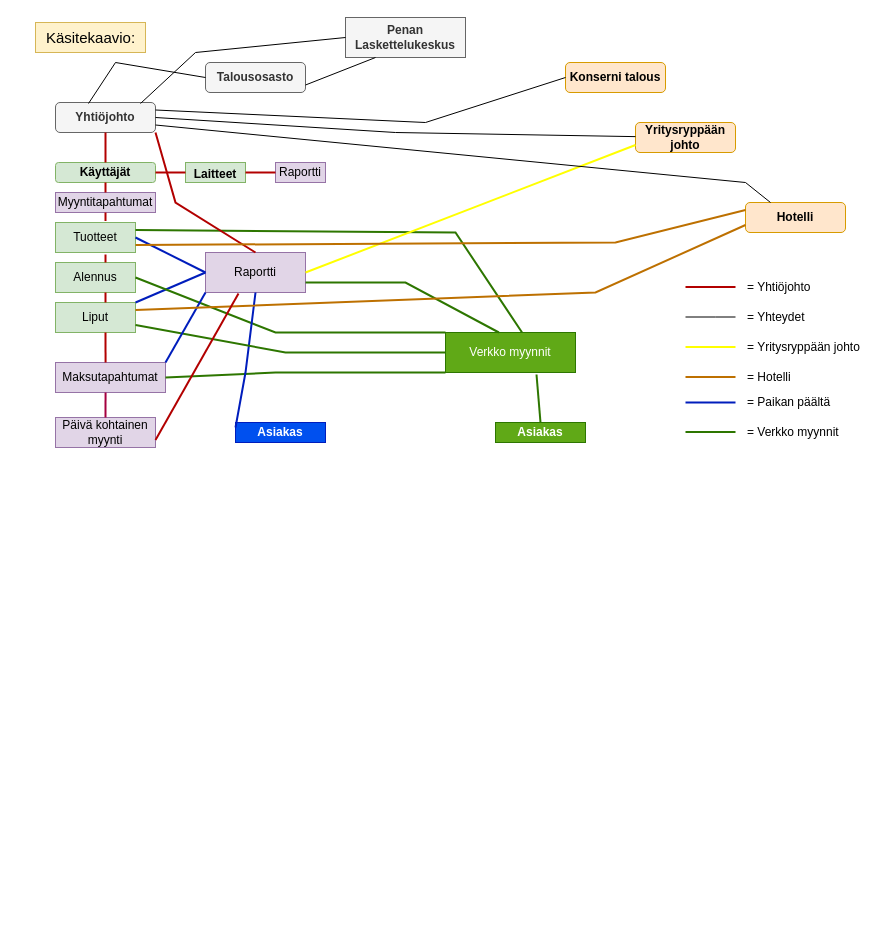
Above: Untitled Diagram.drawio in Nele83/Ohjelmointtikehittaja (draw.io), before the change. Source tidied: cells renumbered, new cells numbered last; positions are measured from the earlier drawing's top-left corner, leaving out a move shared by most shapes. Both pictures are drawn from the tidied source at 100%, with x=0, y=0 at pixel (35, 17).
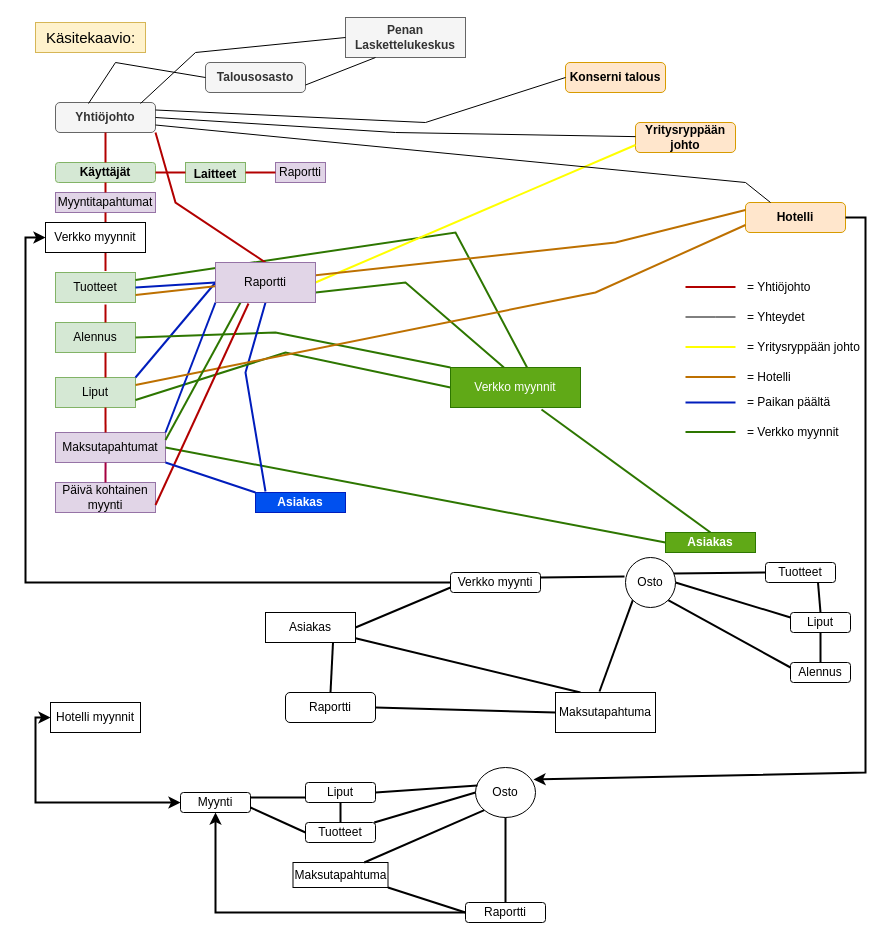
The same diagram, later.

Unchanged cells that the change refers to:
```xml
<mxCell id="9" value="&lt;b&gt;Hotelli&lt;/b&gt;" style="rounded=1;whiteSpace=wrap;html=1;fillColor=#ffe6cc;strokeColor=#d79b00;" parent="1" vertex="1">
  <mxGeometry x="710" y="185" width="100" height="30" as="geometry" />
</mxCell>
```

The edit, as a diff of the source:
```diff
@@
     <mxCell id="6" value="Liput" style="rounded=0;whiteSpace=wrap;html=1;fillColor=#d5e8d4;strokeColor=#82b366;" parent="1" vertex="1">
-      <mxGeometry x="20" y="285" width="80" height="30" as="geometry" />
+      <mxGeometry x="20" y="360" width="80" height="30" as="geometry" />
     </mxCell>
     <mxCell id="7" value="&lt;b&gt;Asiakas&lt;/b&gt;" style="rounded=0;whiteSpace=wrap;html=1;fillColor=#0050ef;strokeColor=#001DBC;fontColor=#ffffff;" parent="1" vertex="1">
-      <mxGeometry x="200" y="405" width="90" height="20" as="geometry" />
+      <mxGeometry x="220" y="475" width="90" height="20" as="geometry" />
     </mxCell>
@@
     <mxCell id="15" value="&lt;font color=&quot;#ffffff&quot;&gt;Verkko myynnit&lt;/font&gt;" style="rounded=0;whiteSpace=wrap;html=1;fontSize=12;fillColor=#60a917;fontColor=#ffffff;strokeColor=#2D7600;" parent="1" vertex="1">
-      <mxGeometry x="410" y="315" width="130" height="40" as="geometry" />
+      <mxGeometry x="415" y="350" width="130" height="40" as="geometry" />
     </mxCell>
     <mxCell id="16" value="Alennus" style="rounded=0;whiteSpace=wrap;html=1;fontSize=12;fillColor=#d5e8d4;strokeColor=#82b366;" parent="1" vertex="1">
-      <mxGeometry x="20" y="245" width="80" height="30" as="geometry" />
+      <mxGeometry x="20" y="305" width="80" height="30" as="geometry" />
     </mxCell>
     <mxCell id="17" value="Tuotteet" style="rounded=0;whiteSpace=wrap;html=1;fontSize=12;fillColor=#d5e8d4;strokeColor=#82b366;" parent="1" vertex="1">
-      <mxGeometry x="20" y="205" width="80" height="30" as="geometry" />
+      <mxGeometry x="20" y="255" width="80" height="30" as="geometry" />
     </mxCell>
@@
-    <mxCell id="19" value="Raportti" style="rounded=0;whiteSpace=wrap;html=1;fillColor=#e1d5e7;strokeColor=#9673a6;" parent="1" vertex="1">
-      <mxGeometry x="170" y="235" width="100" height="40" as="geometry" />
-    </mxCell>
     <mxCell id="20" value="Maksutapahtumat" style="rounded=0;whiteSpace=wrap;html=1;fillColor=#e1d5e7;strokeColor=#9673a6;" parent="1" vertex="1">
-      <mxGeometry x="20" y="345" width="110" height="30" as="geometry" />
+      <mxGeometry x="20" y="415" width="110" height="30" as="geometry" />
     </mxCell>
     <mxCell id="21" value="Päivä kohtainen myynti" style="rounded=0;whiteSpace=wrap;html=1;fillColor=#e1d5e7;strokeColor=#9673a6;" parent="1" vertex="1">
-      <mxGeometry x="20" y="400" width="100" height="30" as="geometry" />
+      <mxGeometry x="20" y="465" width="100" height="30" as="geometry" />
     </mxCell>
@@
-    <mxCell id="35" style="endArrow=none;html=1;rounded=0;exitX=1;exitY=0.5;exitDx=0;exitDy=0;entryX=0;entryY=1;entryDx=0;entryDy=0;fillColor=#60a917;strokeColor=#2D7600;strokeWidth=2;" parent="1" edge="1" source="20" target="15">
-      <mxGeometry relative="1" as="geometry">
-        <Array as="points">
-          <mxPoint x="240" y="355" />
-        </Array>
-      </mxGeometry>
+    <mxCell id="35" style="endArrow=none;html=1;rounded=0;exitX=1;exitY=0.5;exitDx=0;exitDy=0;entryX=0;entryY=0.5;entryDx=0;entryDy=0;fillColor=#60a917;strokeColor=#2D7600;strokeWidth=2;" parent="1" edge="1" source="20" target="44">
+      <mxGeometry relative="1" as="geometry" />
     </mxCell>
@@
-    <mxCell id="37" style="endArrow=none;html=1;rounded=0;entryX=0;entryY=0.25;entryDx=0;entryDy=0;exitX=0.5;exitY=1;exitDx=0;exitDy=0;fillColor=#0050ef;strokeColor=#001DBC;strokeWidth=2;" parent="1" edge="1" source="19" target="7">
+    <mxCell id="37" style="endArrow=none;html=1;rounded=0;entryX=0.111;entryY=-0.05;entryDx=0;entryDy=0;exitX=0.5;exitY=1;exitDx=0;exitDy=0;fillColor=#0050ef;strokeColor=#001DBC;strokeWidth=2;entryPerimeter=0;" parent="1" edge="1" source="19" target="7">
       <mxGeometry relative="1" as="geometry">
         <Array as="points">
           <mxPoint x="210" y="355" />
         </Array>
       </mxGeometry>
     </mxCell>
@@
-    <mxCell id="39" style="endArrow=none;html=1;rounded=0;exitX=1;exitY=0.25;exitDx=0;exitDy=0;entryX=0.589;entryY=0;entryDx=0;entryDy=0;entryPerimeter=0;fillColor=#60a917;strokeColor=#2D7600;strokeWidth=2;" parent="1" edge="1" source="17" target="15">
+    <mxCell id="39" style="endArrow=none;html=1;rounded=0;entryX=0.589;entryY=0;entryDx=0;entryDy=0;entryPerimeter=0;fillColor=#60a917;strokeColor=#2D7600;strokeWidth=2;startArrow=none;exitX=1;exitY=0.25;exitDx=0;exitDy=0;" parent="1" edge="1" source="17" target="15">
       <mxGeometry relative="1" as="geometry">
         <Array as="points">
           <mxPoint x="420" y="215" />
         </Array>
       </mxGeometry>
     </mxCell>
@@
     <mxCell id="44" value="&lt;b&gt;Asiakas&lt;/b&gt;" style="rounded=0;whiteSpace=wrap;html=1;fillColor=#60a917;fontColor=#ffffff;strokeColor=#2D7600;" parent="1" vertex="1">
-      <mxGeometry x="460" y="405" width="90" height="20" as="geometry" />
+      <mxGeometry x="630" y="515" width="90" height="20" as="geometry" />
     </mxCell>
@@
+    <mxCell id="65" style="endArrow=none;html=1;rounded=0;exitX=1;exitY=1;exitDx=0;exitDy=0;strokeWidth=2;fillColor=#0050ef;strokeColor=#001DBC;entryX=0;entryY=0;entryDx=0;entryDy=0;" parent="1" edge="1" source="20" target="7">
+      <mxGeometry relative="1" as="geometry" />
+    </mxCell>
+    <mxCell id="66" style="endArrow=none;html=1;rounded=0;strokeWidth=2;exitX=1;exitY=0.25;exitDx=0;exitDy=0;fillColor=#60a917;strokeColor=#2D7600;entryX=0.25;entryY=1;entryDx=0;entryDy=0;" parent="1" edge="1" source="20" target="19">
+      <mxGeometry relative="1" as="geometry" />
+    </mxCell>
+    <mxCell id="19" value="Raportti" style="rounded=0;whiteSpace=wrap;html=1;fillColor=#e1d5e7;strokeColor=#9673a6;" parent="1" vertex="1">
+      <mxGeometry x="180" y="245" width="100" height="40" as="geometry" />
+    </mxCell>
+    <mxCell id="67" value="Tuotteet" style="rounded=1;whiteSpace=wrap;html=1;" parent="1" vertex="1">
+      <mxGeometry x="730" y="545" width="70" height="20" as="geometry" />
+    </mxCell>
+    <mxCell id="68" value="Alennus" style="rounded=1;whiteSpace=wrap;html=1;" parent="1" vertex="1">
+      <mxGeometry x="755" y="645" width="60" height="20" as="geometry" />
+    </mxCell>
+    <mxCell id="69" value="Liput" style="rounded=1;whiteSpace=wrap;html=1;" parent="1" vertex="1">
+      <mxGeometry x="755" y="595" width="60" height="20" as="geometry" />
+    </mxCell>
+    <mxCell id="70" value="Raportti" style="rounded=1;whiteSpace=wrap;html=1;" parent="1" vertex="1">
+      <mxGeometry x="250" y="675" width="90" height="30" as="geometry" />
+    </mxCell>
+    <mxCell id="71" style="edgeStyle=orthogonalEdgeStyle;rounded=0;jettySize=auto;html=1;entryX=0;entryY=0.5;entryDx=0;entryDy=0;strokeWidth=2;" parent="1" edge="1" source="72" target="82">
+      <mxGeometry relative="1" as="geometry" />
+    </mxCell>
+    <mxCell id="72" value="Verkko myynti" style="rounded=1;whiteSpace=wrap;html=1;" parent="1" vertex="1">
+      <mxGeometry x="415" y="555" width="90" height="20" as="geometry" />
+    </mxCell>
+    <mxCell id="73" value="Asiakas" style="rounded=0;whiteSpace=wrap;html=1;" parent="1" vertex="1">
+      <mxGeometry x="230" y="595" width="90" height="30" as="geometry" />
+    </mxCell>
+    <mxCell id="74" style="endArrow=none;html=1;rounded=0;strokeWidth=2;entryX=0;entryY=0.75;entryDx=0;entryDy=0;exitX=1;exitY=0.5;exitDx=0;exitDy=0;" parent="1" edge="1" source="73" target="72">
+      <mxGeometry relative="1" as="geometry" />
+    </mxCell>
+    <mxCell id="75" style="endArrow=none;html=1;rounded=0;strokeWidth=2;entryX=0;entryY=0.5;entryDx=0;entryDy=0;exitX=0.96;exitY=0.32;exitDx=0;exitDy=0;exitPerimeter=0;" parent="1" edge="1" source="87" target="67">
+      <mxGeometry relative="1" as="geometry" />
+    </mxCell>
+    <mxCell id="76" style="endArrow=none;html=1;rounded=0;strokeWidth=2;entryX=0;entryY=1;entryDx=0;entryDy=0;exitX=0.44;exitY=-0.025;exitDx=0;exitDy=0;exitPerimeter=0;" parent="1" edge="1" source="84" target="87">
+      <mxGeometry relative="1" as="geometry" />
+    </mxCell>
+    <mxCell id="77" style="endArrow=none;html=1;rounded=0;strokeWidth=2;entryX=0;entryY=0.5;entryDx=0;entryDy=0;exitX=1;exitY=0.5;exitDx=0;exitDy=0;" parent="1" edge="1" source="70" target="84">
+      <mxGeometry relative="1" as="geometry" />
+    </mxCell>
+    <mxCell id="78" style="endArrow=none;html=1;rounded=0;strokeWidth=2;entryX=0.75;entryY=1;entryDx=0;entryDy=0;exitX=0.5;exitY=0;exitDx=0;exitDy=0;" parent="1" edge="1" source="70" target="73">
+      <mxGeometry relative="1" as="geometry" />
+    </mxCell>
+    <mxCell id="79" style="endArrow=none;html=1;rounded=0;strokeWidth=2;entryX=0;entryY=0.25;entryDx=0;entryDy=0;exitX=1;exitY=0.5;exitDx=0;exitDy=0;" parent="1" edge="1" source="87" target="69">
+      <mxGeometry relative="1" as="geometry" />
+    </mxCell>
+    <mxCell id="80" style="endArrow=none;html=1;rounded=0;strokeWidth=2;entryX=0;entryY=0.25;entryDx=0;entryDy=0;exitX=1;exitY=1;exitDx=0;exitDy=0;" parent="1" edge="1" source="87" target="68">
+      <mxGeometry relative="1" as="geometry" />
+    </mxCell>
+    <mxCell id="81" style="endArrow=none;html=1;rounded=0;strokeWidth=2;entryX=0.25;entryY=0;entryDx=0;entryDy=0;" parent="1" edge="1" source="73" target="84">
+      <mxGeometry relative="1" as="geometry" />
+    </mxCell>
+    <mxCell id="82" value="Verkko myynnit" style="rounded=0;whiteSpace=wrap;html=1;" parent="1" vertex="1">
+      <mxGeometry x="10" y="205" width="100" height="30" as="geometry" />
+    </mxCell>
+    <mxCell id="83" style="endArrow=none;html=1;rounded=0;strokeWidth=2;entryX=-0.02;entryY=0.38;entryDx=0;entryDy=0;exitX=1;exitY=0.25;exitDx=0;exitDy=0;entryPerimeter=0;" parent="1" edge="1" source="72" target="87">
+      <mxGeometry relative="1" as="geometry" />
+    </mxCell>
+    <mxCell id="84" value="Maksutapahtuma" style="rounded=0;whiteSpace=wrap;html=1;" parent="1" vertex="1">
+      <mxGeometry x="520" y="675" width="100" height="40" as="geometry" />
+    </mxCell>
+    <mxCell id="85" style="endArrow=none;html=1;rounded=0;strokeWidth=2;entryX=0.75;entryY=1;entryDx=0;entryDy=0;exitX=0.5;exitY=0;exitDx=0;exitDy=0;" parent="1" edge="1" source="69" target="67">
+      <mxGeometry relative="1" as="geometry" />
+    </mxCell>
+    <mxCell id="86" style="endArrow=none;html=1;rounded=0;strokeWidth=2;entryX=0.5;entryY=1;entryDx=0;entryDy=0;exitX=0.5;exitY=0;exitDx=0;exitDy=0;" parent="1" edge="1" source="68" target="69">
+      <mxGeometry relative="1" as="geometry" />
+    </mxCell>
+    <mxCell id="87" value="Osto" style="ellipse;whiteSpace=wrap;html=1;" parent="1" vertex="1">
+      <mxGeometry x="590" y="540" width="50" height="50" as="geometry" />
+    </mxCell>
+    <mxCell id="88" value="Hotelli myynnit" style="rounded=0;whiteSpace=wrap;html=1;" parent="1" vertex="1">
+      <mxGeometry x="15" y="685" width="90" height="30" as="geometry" />
+    </mxCell>
+    <mxCell id="89" value="Liput" style="rounded=1;whiteSpace=wrap;html=1;" parent="1" vertex="1">
+      <mxGeometry x="270" y="765" width="70" height="20" as="geometry" />
+    </mxCell>
+    <mxCell id="90" value="Tuotteet" style="rounded=1;whiteSpace=wrap;html=1;" parent="1" vertex="1">
+      <mxGeometry x="270" y="805" width="70" height="20" as="geometry" />
+    </mxCell>
+    <mxCell id="91" style="edgeStyle=none;rounded=0;jettySize=auto;html=1;strokeWidth=2;entryX=0.967;entryY=0.24;entryDx=0;entryDy=0;entryPerimeter=0;exitX=1;exitY=0.5;exitDx=0;exitDy=0;" parent="1" edge="1" source="9" target="92">
+      <mxGeometry relative="1" as="geometry">
+        <Array as="points">
+          <mxPoint x="830" y="200" />
+          <mxPoint x="830" y="755" />
+        </Array>
+      </mxGeometry>
+    </mxCell>
+    <mxCell id="92" value="Osto" style="ellipse;whiteSpace=wrap;html=1;" parent="1" vertex="1">
+      <mxGeometry x="440" y="750" width="60" height="50" as="geometry" />
+    </mxCell>
+    <mxCell id="93" value="Myynti" style="rounded=1;whiteSpace=wrap;html=1;" parent="1" vertex="1">
+      <mxGeometry x="145" y="775" width="70" height="20" as="geometry" />
+    </mxCell>
+    <mxCell id="94" style="endArrow=none;html=1;rounded=0;strokeWidth=2;entryX=0;entryY=0.75;entryDx=0;entryDy=0;exitX=1;exitY=0.25;exitDx=0;exitDy=0;" parent="1" edge="1" source="93" target="89">
+      <mxGeometry relative="1" as="geometry" />
+    </mxCell>
+    <mxCell id="95" style="endArrow=none;html=1;rounded=0;strokeWidth=2;entryX=0;entryY=0.5;entryDx=0;entryDy=0;exitX=1;exitY=0.75;exitDx=0;exitDy=0;" parent="1" edge="1" source="93" target="90">
+      <mxGeometry relative="1" as="geometry" />
+    </mxCell>
+    <mxCell id="96" style="endArrow=none;html=1;rounded=0;strokeWidth=2;entryX=0.033;entryY=0.36;entryDx=0;entryDy=0;entryPerimeter=0;exitX=1;exitY=0.5;exitDx=0;exitDy=0;" parent="1" edge="1" source="89" target="92">
+      <mxGeometry relative="1" as="geometry" />
+    </mxCell>
+    <mxCell id="97" style="endArrow=none;html=1;rounded=0;strokeWidth=2;entryX=0;entryY=0.5;entryDx=0;entryDy=0;" parent="1" edge="1" source="90" target="92">
+      <mxGeometry relative="1" as="geometry" />
+    </mxCell>
+    <mxCell id="98" value="Maksutapahtuma" style="rounded=0;whiteSpace=wrap;html=1;" parent="1" vertex="1">
+      <mxGeometry x="257.5" y="845" width="95" height="25" as="geometry" />
+    </mxCell>
+    <mxCell id="99" style="endArrow=none;html=1;rounded=0;strokeWidth=2;entryX=0;entryY=1;entryDx=0;entryDy=0;exitX=0.75;exitY=0;exitDx=0;exitDy=0;" parent="1" edge="1" source="98" target="92">
+      <mxGeometry relative="1" as="geometry" />
+    </mxCell>
+    <mxCell id="100" style="edgeStyle=none;rounded=0;jettySize=auto;html=1;entryX=0.5;entryY=1;entryDx=0;entryDy=0;strokeWidth=2;" parent="1" edge="1" source="101" target="93">
+      <mxGeometry relative="1" as="geometry">
+        <Array as="points">
+          <mxPoint x="180" y="895" />
+        </Array>
+      </mxGeometry>
+    </mxCell>
+    <mxCell id="101" value="Raportti" style="rounded=1;whiteSpace=wrap;html=1;" parent="1" vertex="1">
+      <mxGeometry x="430" y="885" width="80" height="20" as="geometry" />
+    </mxCell>
+    <mxCell id="102" style="endArrow=none;html=1;rounded=0;strokeWidth=2;entryX=1;entryY=1;entryDx=0;entryDy=0;exitX=0;exitY=0.5;exitDx=0;exitDy=0;" parent="1" edge="1" source="101" target="98">
+      <mxGeometry relative="1" as="geometry" />
+    </mxCell>
+    <mxCell id="103" style="endArrow=none;html=1;rounded=0;strokeWidth=2;entryX=0.5;entryY=1;entryDx=0;entryDy=0;exitX=0.5;exitY=0;exitDx=0;exitDy=0;" parent="1" edge="1" source="90" target="89">
+      <mxGeometry relative="1" as="geometry" />
+    </mxCell>
+    <mxCell id="104" style="endArrow=none;html=1;rounded=0;strokeWidth=2;entryX=0.5;entryY=1;entryDx=0;entryDy=0;exitX=0.5;exitY=0;exitDx=0;exitDy=0;" parent="1" edge="1" source="101" target="92">
+      <mxGeometry relative="1" as="geometry" />
+    </mxCell>
+    <mxCell id="105" style="endArrow=classic;startArrow=classic;html=1;rounded=0;strokeWidth=2;exitX=0;exitY=0.5;exitDx=0;exitDy=0;" parent="1" edge="1" source="88">
+      <mxGeometry relative="1" as="geometry">
+        <mxPoint x="145" y="785" as="targetPoint" />
+        <Array as="points">
+          <mxPoint y="700" />
+          <mxPoint y="785" />
+        </Array>
+      </mxGeometry>
+    </mxCell>
```
